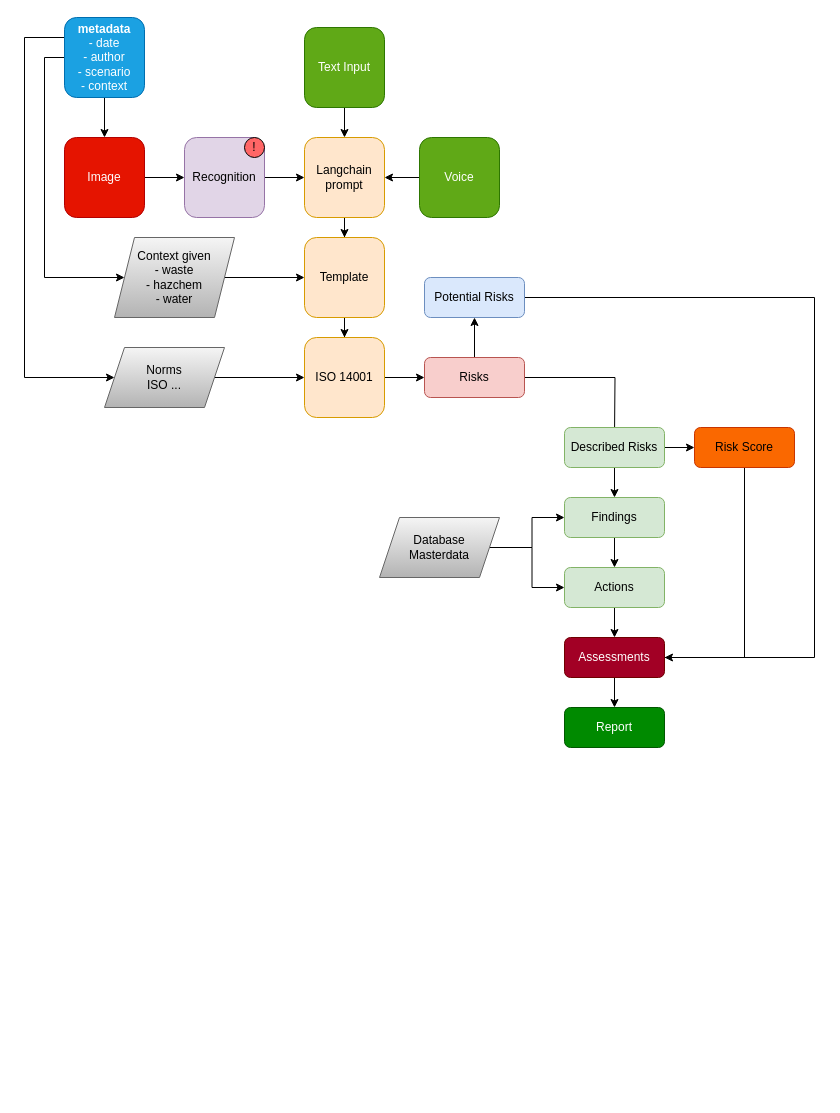
The draw.io diagram Untitled Diagram.drawio in beeplaced/beeplaced, before the edit. Source tidied: cells renumbered, new cells numbered last; positions are measured from the earlier drawing's top-left corner, leaving out a move shared by most shapes. Both pictures are drawn from the tidied source at 100%, with x=0, y=0 at pixel (24, 17).
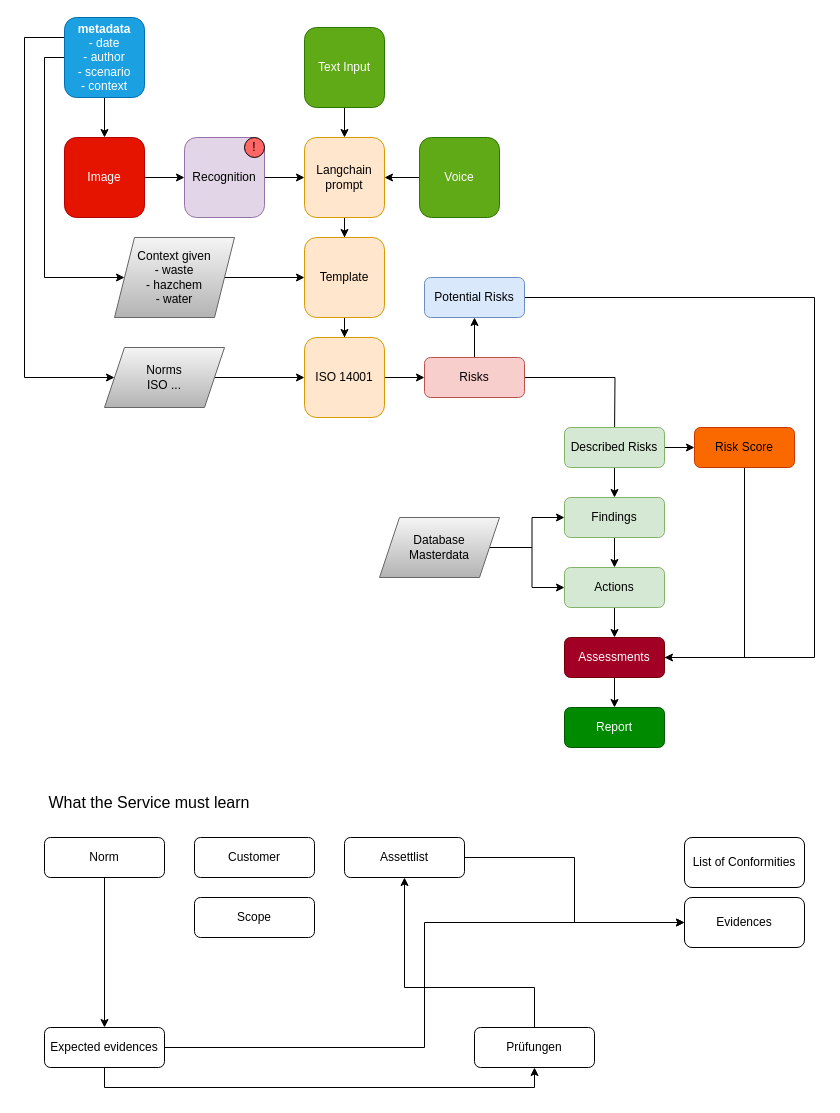
After the change.

Diff of the diagram source:
```diff
@@
+    <mxCell id="45" value="&lt;font style=&quot;font-size: 16px;&quot;&gt;What the Service must learn&lt;/font&gt;" style="text;html=1;align=center;verticalAlign=middle;whiteSpace=wrap;rounded=0;" parent="1" vertex="1">
+      <mxGeometry x="10" y="770" width="230" height="30" as="geometry" />
+    </mxCell>
+    <mxCell id="46" style="edgeStyle=orthogonalEdgeStyle;rounded=0;jettySize=auto;html=1;entryX=0.5;entryY=0;entryDx=0;entryDy=0;" parent="1" edge="1" source="47" target="54">
+      <mxGeometry relative="1" as="geometry" />
+    </mxCell>
+    <mxCell id="47" value="Norm" style="rounded=1;whiteSpace=wrap;html=1;" parent="1" vertex="1">
+      <mxGeometry x="20" y="820" width="120" height="40" as="geometry" />
+    </mxCell>
+    <mxCell id="48" value="Customer" style="rounded=1;whiteSpace=wrap;html=1;" parent="1" vertex="1">
+      <mxGeometry x="170" y="820" width="120" height="40" as="geometry" />
+    </mxCell>
+    <mxCell id="49" value="Scope" style="rounded=1;whiteSpace=wrap;html=1;" parent="1" vertex="1">
+      <mxGeometry x="170" y="880" width="120" height="40" as="geometry" />
+    </mxCell>
+    <mxCell id="50" value="List of Conformities" style="rounded=1;whiteSpace=wrap;html=1;" parent="1" vertex="1">
+      <mxGeometry x="660" y="820" width="120" height="50" as="geometry" />
+    </mxCell>
+    <mxCell id="51" value="Evidences" style="rounded=1;whiteSpace=wrap;html=1;" parent="1" vertex="1">
+      <mxGeometry x="660" y="880" width="120" height="50" as="geometry" />
+    </mxCell>
+    <mxCell id="52" style="edgeStyle=orthogonalEdgeStyle;rounded=0;jettySize=auto;html=1;entryX=0;entryY=0.5;entryDx=0;entryDy=0;" parent="1" edge="1" source="54" target="51">
+      <mxGeometry relative="1" as="geometry" />
+    </mxCell>
+    <mxCell id="53" style="edgeStyle=orthogonalEdgeStyle;rounded=0;jettySize=auto;html=1;entryX=0.5;entryY=1;entryDx=0;entryDy=0;exitX=0.5;exitY=1;exitDx=0;exitDy=0;" parent="1" edge="1" source="54" target="58">
+      <mxGeometry relative="1" as="geometry" />
+    </mxCell>
+    <mxCell id="54" value="Expected evidences" style="rounded=1;whiteSpace=wrap;html=1;" parent="1" vertex="1">
+      <mxGeometry x="20" y="1010" width="120" height="40" as="geometry" />
+    </mxCell>
+    <mxCell id="55" style="edgeStyle=orthogonalEdgeStyle;rounded=0;jettySize=auto;html=1;entryX=0;entryY=0.5;entryDx=0;entryDy=0;" parent="1" edge="1" source="56" target="51">
+      <mxGeometry relative="1" as="geometry" />
+    </mxCell>
+    <mxCell id="56" value="Assettlist" style="rounded=1;whiteSpace=wrap;html=1;" parent="1" vertex="1">
+      <mxGeometry x="320" y="820" width="120" height="40" as="geometry" />
+    </mxCell>
+    <mxCell id="57" style="edgeStyle=orthogonalEdgeStyle;rounded=0;jettySize=auto;html=1;entryX=0.5;entryY=1;entryDx=0;entryDy=0;" parent="1" edge="1" source="58" target="56">
+      <mxGeometry relative="1" as="geometry">
+        <Array as="points">
+          <mxPoint x="510" y="970" />
+          <mxPoint x="380" y="970" />
+        </Array>
+      </mxGeometry>
+    </mxCell>
+    <mxCell id="58" value="Prüfungen" style="rounded=1;whiteSpace=wrap;html=1;" parent="1" vertex="1">
+      <mxGeometry x="450" y="1010" width="120" height="40" as="geometry" />
+    </mxCell>
```
